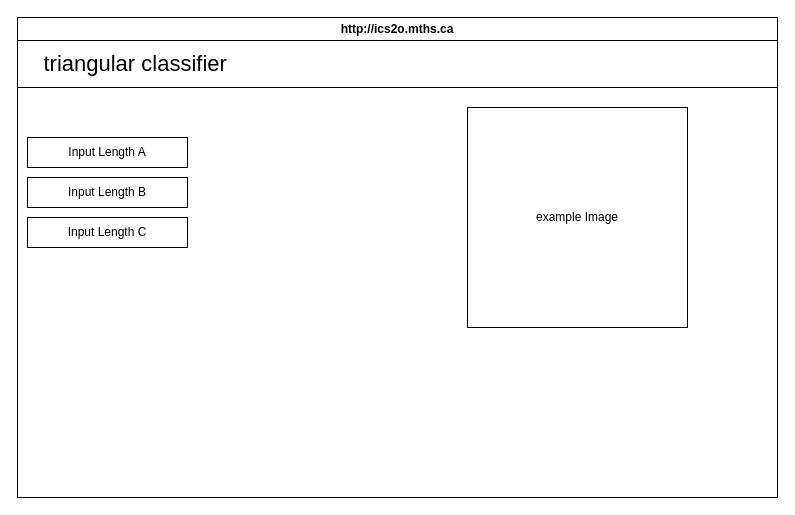
Before: design/storyboard.drawio in MTHS-ICD2O-1-2023/ICD2O-Unit-5-05-yoochan-han, a draw.io diagram. Source tidied: cells renumbered, new cells numbered last; positions are measured from the earlier drawing's top-left corner, leaving out a move shared by most shapes. Both pictures are drawn from the tidied source at 100%, with x=0, y=0 at pixel (17, 17).
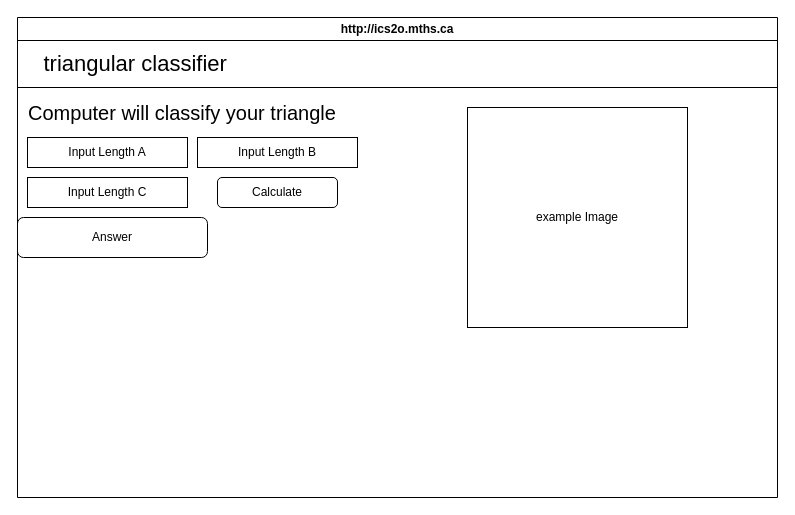
The same page after the edit.

Change to the diagram source:
```diff
@@
 <mxGraphModel>
   <root>
     <mxCell id="0" />
     <mxCell id="1" parent="0" />
     <mxCell id="2" value="http://ics2o.mths.ca" style="swimlane;whiteSpace=wrap;html=1;" parent="1" vertex="1">
       <mxGeometry width="760" height="480" as="geometry" />
     </mxCell>
     <mxCell id="3" value="&lt;span style=&quot;font-size: 22px;&quot;&gt;&amp;nbsp; &amp;nbsp;&amp;nbsp;triangular classifier&lt;/span&gt;" style="rounded=0;whiteSpace=wrap;html=1;align=left;" parent="2" vertex="1">
       <mxGeometry y="23" width="760" height="47" as="geometry" />
     </mxCell>
     <mxCell id="4" value="example Image" style="whiteSpace=wrap;html=1;" parent="2" vertex="1">
       <mxGeometry x="450" y="90" width="220" height="220" as="geometry" />
     </mxCell>
     <mxCell id="5" value="&lt;font color=&quot;#000000&quot;&gt;Input Length A&lt;/font&gt;" style="rounded=0;whiteSpace=wrap;html=1;fillColor=none;" parent="2" vertex="1">
       <mxGeometry x="10" y="120" width="160" height="30" as="geometry" />
     </mxCell>
     <mxCell id="6" value="&lt;font color=&quot;#000000&quot;&gt;Input Length B&lt;/font&gt;" style="rounded=0;whiteSpace=wrap;html=1;fillColor=none;" parent="2" vertex="1">
-      <mxGeometry x="10" y="160" width="160" height="30" as="geometry" />
+      <mxGeometry x="180" y="120" width="160" height="30" as="geometry" />
     </mxCell>
     <mxCell id="7" value="&lt;font color=&quot;#000000&quot;&gt;Input Length C&lt;/font&gt;" style="rounded=0;whiteSpace=wrap;html=1;fillColor=none;" parent="2" vertex="1">
-      <mxGeometry x="10" y="200" width="160" height="30" as="geometry" />
+      <mxGeometry x="10" y="160" width="160" height="30" as="geometry" />
     </mxCell>
+    <mxCell id="8" value="Calculate" style="rounded=1;whiteSpace=wrap;html=1;fontColor=#000000;fillColor=none;" parent="2" vertex="1">
+      <mxGeometry x="200" y="160" width="120" height="30" as="geometry" />
+    </mxCell>
+    <mxCell id="9" value="Answer" style="rounded=1;whiteSpace=wrap;html=1;fontColor=#000000;fillColor=none;" parent="2" vertex="1">
+      <mxGeometry y="200" width="190" height="40" as="geometry" />
+    </mxCell>
+    <mxCell id="10" value="&lt;font style=&quot;font-size: 20px;&quot;&gt;Computer will classify your triangle&lt;/font&gt;" style="text;html=1;strokeColor=none;fillColor=none;align=center;verticalAlign=middle;whiteSpace=wrap;rounded=0;fontColor=#000000;" parent="2" vertex="1">
+      <mxGeometry x="10" y="80" width="310" height="30" as="geometry" />
+    </mxCell>
   </root>
 </mxGraphModel>
```
